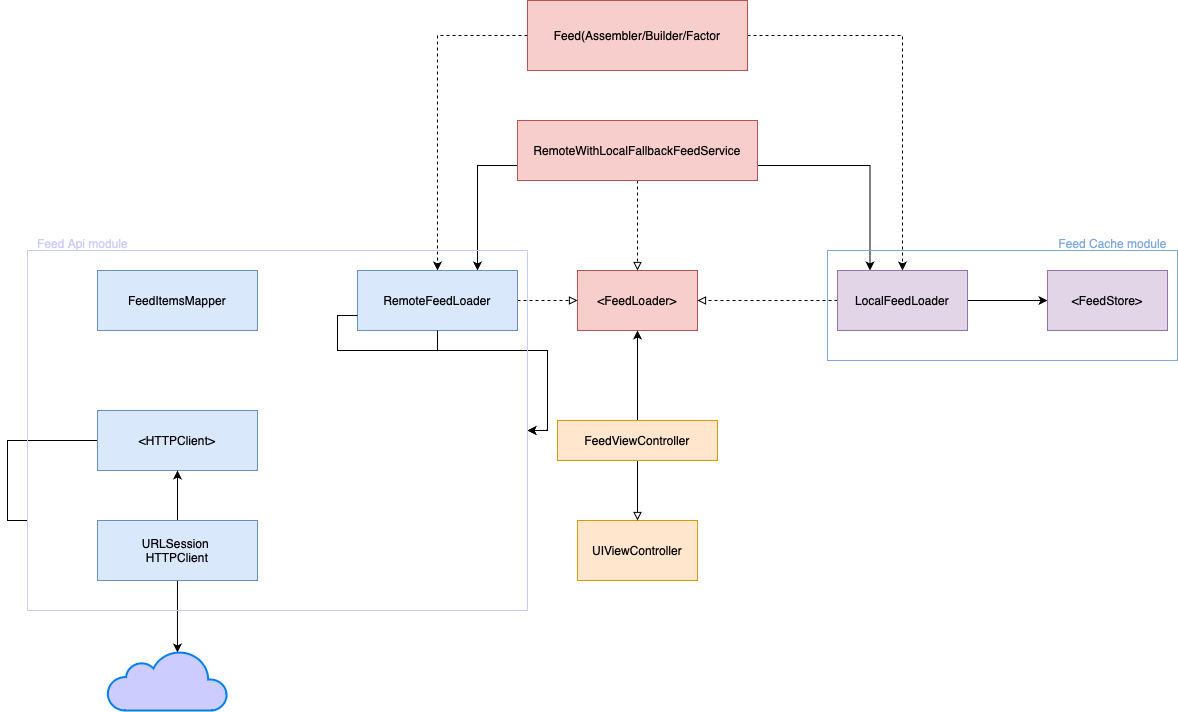
Galih94/EssentialFeed keeps this draw.io diagram as Diagrams/Feed Module Diagram.drawio.png. Above is the earlier version. Source tidied: cells renumbered, new cells last; positions are measured from the earlier drawing's top-left corner, leaving out a move shared by most shapes. The source it was exported from:
```xml
<mxGraphModel>
  <root>
    <mxCell id="0" />
    <mxCell id="1" parent="0" />
    <mxCell id="2" value="&amp;lt;FeedLoader&amp;gt;" style="rounded=0;whiteSpace=wrap;html=1;fillColor=#f8cecc;strokeColor=#b85450;" parent="1" vertex="1">
      <mxGeometry x="550" y="270" width="120" height="60" as="geometry" />
    </mxCell>
    <mxCell id="3" style="edgeStyle=orthogonalEdgeStyle;rounded=0;jettySize=auto;html=1;dashed=1;" parent="1" edge="1" source="5" target="12">
      <mxGeometry relative="1" as="geometry" />
    </mxCell>
    <mxCell id="4" style="edgeStyle=orthogonalEdgeStyle;rounded=0;jettySize=auto;html=1;dashed=1;" parent="1" edge="1" source="5" target="15">
      <mxGeometry relative="1" as="geometry" />
    </mxCell>
    <mxCell id="5" value="Feed(Assembler/Builder/Factor" style="rounded=0;whiteSpace=wrap;html=1;fillColor=#f8cecc;strokeColor=#b85450;" parent="1" vertex="1">
      <mxGeometry x="500" width="220" height="70" as="geometry" />
    </mxCell>
    <mxCell id="6" style="edgeStyle=orthogonalEdgeStyle;rounded=0;jettySize=auto;html=1;entryX=0.75;entryY=0;entryDx=0;entryDy=0;exitX=0;exitY=0.75;exitDx=0;exitDy=0;" parent="1" edge="1" source="9" target="12">
      <mxGeometry relative="1" as="geometry">
        <Array as="points">
          <mxPoint x="450" y="165" />
        </Array>
      </mxGeometry>
    </mxCell>
    <mxCell id="7" style="edgeStyle=orthogonalEdgeStyle;rounded=0;jettySize=auto;html=1;exitX=1;exitY=0.75;exitDx=0;exitDy=0;entryX=0.25;entryY=0;entryDx=0;entryDy=0;" parent="1" edge="1" source="9" target="15">
      <mxGeometry relative="1" as="geometry" />
    </mxCell>
    <mxCell id="8" style="edgeStyle=orthogonalEdgeStyle;rounded=0;jettySize=auto;html=1;dashed=1;endArrow=block;endFill=0;" parent="1" edge="1" source="9" target="2">
      <mxGeometry relative="1" as="geometry" />
    </mxCell>
    <mxCell id="9" value="RemoteWithLocalFallbackFeedService" style="rounded=0;whiteSpace=wrap;html=1;fillColor=#f8cecc;strokeColor=#b85450;" parent="1" vertex="1">
      <mxGeometry x="490" y="120" width="240" height="60" as="geometry" />
    </mxCell>
    <mxCell id="10" style="edgeStyle=orthogonalEdgeStyle;rounded=0;jettySize=auto;html=1;dashed=1;endArrow=block;endFill=0;" parent="1" edge="1" source="12" target="2">
      <mxGeometry relative="1" as="geometry" />
    </mxCell>
    <mxCell id="11" style="edgeStyle=orthogonalEdgeStyle;rounded=0;jettySize=auto;html=1;exitX=0;exitY=0.75;exitDx=0;exitDy=0;entryX=1;entryY=0.5;entryDx=0;entryDy=0;" parent="1" edge="1" source="29" target="20">
      <mxGeometry relative="1" as="geometry" />
    </mxCell>
    <mxCell id="12" value="RemoteFeedLoader" style="rounded=0;whiteSpace=wrap;html=1;fillColor=#dae8fc;strokeColor=#6c8ebf;" parent="1" vertex="1">
      <mxGeometry x="330" y="270" width="160" height="60" as="geometry" />
    </mxCell>
    <mxCell id="13" style="edgeStyle=orthogonalEdgeStyle;rounded=0;jettySize=auto;html=1;entryX=1;entryY=0.5;entryDx=0;entryDy=0;dashed=1;endArrow=block;endFill=0;" parent="1" edge="1" source="15" target="2">
      <mxGeometry relative="1" as="geometry" />
    </mxCell>
    <mxCell id="14" style="edgeStyle=orthogonalEdgeStyle;rounded=0;jettySize=auto;html=1;entryX=0;entryY=0.5;entryDx=0;entryDy=0;" parent="1" edge="1" source="15" target="30">
      <mxGeometry relative="1" as="geometry" />
    </mxCell>
    <mxCell id="15" value="LocalFeedLoader" style="rounded=0;whiteSpace=wrap;html=1;fillColor=#e1d5e7;strokeColor=#9673a6;" parent="1" vertex="1">
      <mxGeometry x="810" y="270" width="130" height="60" as="geometry" />
    </mxCell>
    <mxCell id="16" value="UIViewController" style="rounded=0;whiteSpace=wrap;html=1;fillColor=#ffe6cc;strokeColor=#d79b00;" parent="1" vertex="1">
      <mxGeometry x="550" y="520" width="120" height="60" as="geometry" />
    </mxCell>
    <mxCell id="17" style="edgeStyle=orthogonalEdgeStyle;rounded=0;jettySize=auto;html=1;entryX=0.5;entryY=0;entryDx=0;entryDy=0;endArrow=block;endFill=0;" parent="1" edge="1" source="19" target="16">
      <mxGeometry relative="1" as="geometry" />
    </mxCell>
    <mxCell id="18" style="edgeStyle=orthogonalEdgeStyle;rounded=0;jettySize=auto;html=1;entryX=0.5;entryY=1;entryDx=0;entryDy=0;" parent="1" edge="1" source="19" target="2">
      <mxGeometry relative="1" as="geometry" />
    </mxCell>
    <mxCell id="19" value="FeedViewController" style="rounded=0;whiteSpace=wrap;html=1;fillColor=#ffe6cc;strokeColor=#d79b00;" parent="1" vertex="1">
      <mxGeometry x="530" y="420" width="160" height="40" as="geometry" />
    </mxCell>
    <mxCell id="20" value="&amp;lt;HTTPClient&amp;gt;" style="rounded=0;whiteSpace=wrap;html=1;fillColor=#dae8fc;strokeColor=#6c8ebf;" parent="1" vertex="1">
      <mxGeometry x="70" y="410" width="160" height="60" as="geometry" />
    </mxCell>
    <mxCell id="21" value="FeedItemsMapper" style="rounded=0;whiteSpace=wrap;html=1;fillColor=#dae8fc;strokeColor=#6c8ebf;" parent="1" vertex="1">
      <mxGeometry x="70" y="270" width="160" height="60" as="geometry" />
    </mxCell>
    <mxCell id="22" value="&lt;font color=&quot;#ccccff&quot;&gt;Feed Api module&lt;/font&gt;" style="text;html=1;align=center;verticalAlign=middle;strokeColor=none;fillColor=none;" parent="1" vertex="1">
      <mxGeometry y="228" width="110" height="30" as="geometry" />
    </mxCell>
    <mxCell id="23" style="edgeStyle=orthogonalEdgeStyle;rounded=0;jettySize=auto;html=1;exitX=0.5;exitY=0;exitDx=0;exitDy=0;entryX=0.5;entryY=1;entryDx=0;entryDy=0;" parent="1" edge="1" source="25" target="20">
      <mxGeometry relative="1" as="geometry" />
    </mxCell>
    <mxCell id="24" style="edgeStyle=orthogonalEdgeStyle;rounded=0;jettySize=auto;html=1;entryX=0.583;entryY=0.033;entryDx=0;entryDy=0;entryPerimeter=0;" parent="1" edge="1" source="25" target="26">
      <mxGeometry relative="1" as="geometry" />
    </mxCell>
    <mxCell id="25" value="URLSession&amp;nbsp;&lt;br&gt;HTTPClient" style="rounded=0;whiteSpace=wrap;html=1;fillColor=#dae8fc;strokeColor=#6c8ebf;" parent="1" vertex="1">
      <mxGeometry x="70" y="520" width="160" height="60" as="geometry" />
    </mxCell>
    <mxCell id="26" style="html=1;verticalLabelPosition=bottom;align=center;labelBackgroundColor=#ffffff;verticalAlign=top;strokeWidth=2;strokeColor=#0080F0;shadow=0;dashed=0;shape=mxgraph.ios7.icons.cloud;fillColor=#CCCCFF;" parent="1" vertex="1">
      <mxGeometry x="80" y="650" width="120" height="60" as="geometry" />
    </mxCell>
    <mxCell id="27" style="edgeStyle=orthogonalEdgeStyle;rounded=0;jettySize=auto;html=1;entryX=1;entryY=0.5;entryDx=0;entryDy=0;" parent="1" edge="1" source="12" target="29">
      <mxGeometry relative="1" as="geometry" />
    </mxCell>
    <mxCell id="28" style="edgeStyle=orthogonalEdgeStyle;rounded=0;jettySize=auto;html=1;exitX=0;exitY=0.75;exitDx=0;exitDy=0;entryX=1;entryY=0.5;entryDx=0;entryDy=0;" parent="1" edge="1" source="12" target="29">
      <mxGeometry relative="1" as="geometry" />
    </mxCell>
    <mxCell id="29" style="rounded=0;whiteSpace=wrap;html=1;fillColor=none;strokeColor=#CCCCFF;" parent="1" vertex="1">
      <mxGeometry y="250" width="500" height="360" as="geometry" />
    </mxCell>
    <mxCell id="30" value="&amp;lt;FeedStore&amp;gt;" style="rounded=0;whiteSpace=wrap;html=1;fillColor=#e1d5e7;strokeColor=#9673a6;" parent="1" vertex="1">
      <mxGeometry x="1020" y="270" width="120" height="60" as="geometry" />
    </mxCell>
    <mxCell id="31" style="rounded=0;whiteSpace=wrap;html=1;fillColor=none;strokeColor=#7EA6E0;" parent="1" vertex="1">
      <mxGeometry x="800" y="250" width="350" height="110" as="geometry" />
    </mxCell>
    <mxCell id="32" value="&lt;font&gt;Feed Cache module&lt;/font&gt;" style="text;html=1;align=center;verticalAlign=middle;strokeColor=none;fillColor=none;fontColor=#7EA6E0;" parent="1" vertex="1">
      <mxGeometry x="1020" y="228" width="130" height="30" as="geometry" />
    </mxCell>
  </root>
</mxGraphModel>
```
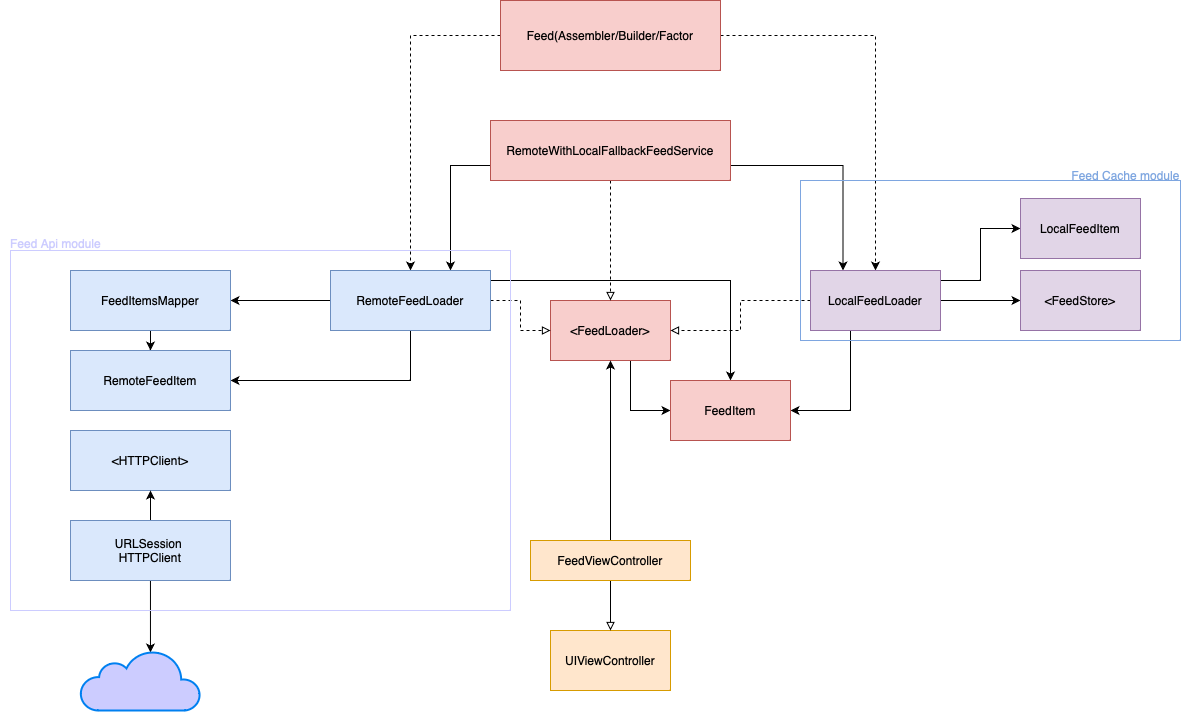
Later version of the same file.

Commit message:
feat(Diagram): update diagrams add RemoteFeedItem for FeedAPIModule and LocalFeedItem for FeedCacheModule as representation of FeedItem

Diff of the diagram source:
```diff
@@ -2,8 +2,15 @@
   <root>
     <mxCell id="0" />
     <mxCell id="1" parent="0" />
+    <mxCell id="33" style="edgeStyle=orthogonalEdgeStyle;rounded=0;jettySize=auto;html=1;entryX=0;entryY=0.5;entryDx=0;entryDy=0;" parent="1" edge="1" source="2" target="41">
+      <mxGeometry relative="1" as="geometry">
+        <Array as="points">
+          <mxPoint x="630" y="410" />
+        </Array>
+      </mxGeometry>
+    </mxCell>
     <mxCell id="2" value="&amp;lt;FeedLoader&amp;gt;" style="rounded=0;whiteSpace=wrap;html=1;fillColor=#f8cecc;strokeColor=#b85450;" parent="1" vertex="1">
-      <mxGeometry x="550" y="270" width="120" height="60" as="geometry" />
+      <mxGeometry x="550" y="300" width="120" height="60" as="geometry" />
     </mxCell>
     <mxCell id="3" style="edgeStyle=orthogonalEdgeStyle;rounded=0;jettySize=auto;html=1;dashed=1;" parent="1" edge="1" source="5" target="12">
       <mxGeometry relative="1" as="geometry" />
@@ -33,9 +40,23 @@
     <mxCell id="10" style="edgeStyle=orthogonalEdgeStyle;rounded=0;jettySize=auto;html=1;dashed=1;endArrow=block;endFill=0;" parent="1" edge="1" source="12" target="2">
       <mxGeometry relative="1" as="geometry" />
     </mxCell>
-    <mxCell id="11" style="edgeStyle=orthogonalEdgeStyle;rounded=0;jettySize=auto;html=1;exitX=0;exitY=0.75;exitDx=0;exitDy=0;entryX=1;entryY=0.5;entryDx=0;entryDy=0;" parent="1" edge="1" source="29" target="20">
-      <mxGeometry relative="1" as="geometry" />
-    </mxCell>
+    <mxCell id="34" style="edgeStyle=orthogonalEdgeStyle;rounded=0;jettySize=auto;html=1;" parent="1" edge="1" source="12" target="21">
+      <mxGeometry relative="1" as="geometry" />
+    </mxCell>
+    <mxCell id="35" style="edgeStyle=orthogonalEdgeStyle;rounded=0;jettySize=auto;html=1;entryX=1;entryY=0.5;entryDx=0;entryDy=0;" parent="1" edge="1" source="12" target="40">
+      <mxGeometry relative="1" as="geometry">
+        <Array as="points">
+          <mxPoint x="410" y="380" />
+        </Array>
+      </mxGeometry>
+    </mxCell>
+    <mxCell id="36" style="edgeStyle=orthogonalEdgeStyle;rounded=0;jettySize=auto;html=1;" parent="1" edge="1" source="12" target="41">
+      <mxGeometry relative="1" as="geometry">
+        <Array as="points">
+          <mxPoint x="730" y="280" />
+        </Array>
+      </mxGeometry>
+    </mxCell>
     <mxCell id="12" value="RemoteFeedLoader" style="rounded=0;whiteSpace=wrap;html=1;fillColor=#dae8fc;strokeColor=#6c8ebf;" parent="1" vertex="1">
       <mxGeometry x="330" y="270" width="160" height="60" as="geometry" />
     </mxCell>
@@ -45,11 +66,26 @@
     <mxCell id="14" style="edgeStyle=orthogonalEdgeStyle;rounded=0;jettySize=auto;html=1;entryX=0;entryY=0.5;entryDx=0;entryDy=0;" parent="1" edge="1" source="15" target="30">
       <mxGeometry relative="1" as="geometry" />
     </mxCell>
+    <mxCell id="37" style="edgeStyle=orthogonalEdgeStyle;rounded=0;jettySize=auto;html=1;entryX=1;entryY=0.5;entryDx=0;entryDy=0;" parent="1" edge="1" source="15" target="41">
+      <mxGeometry relative="1" as="geometry">
+        <Array as="points">
+          <mxPoint x="850" y="410" />
+        </Array>
+      </mxGeometry>
+    </mxCell>
+    <mxCell id="38" style="edgeStyle=orthogonalEdgeStyle;rounded=0;jettySize=auto;html=1;entryX=0;entryY=0.5;entryDx=0;entryDy=0;" parent="1" edge="1" source="15" target="42">
+      <mxGeometry relative="1" as="geometry">
+        <Array as="points">
+          <mxPoint x="980" y="280" />
+          <mxPoint x="980" y="228" />
+        </Array>
+      </mxGeometry>
+    </mxCell>
     <mxCell id="15" value="LocalFeedLoader" style="rounded=0;whiteSpace=wrap;html=1;fillColor=#e1d5e7;strokeColor=#9673a6;" parent="1" vertex="1">
       <mxGeometry x="810" y="270" width="130" height="60" as="geometry" />
     </mxCell>
     <mxCell id="16" value="UIViewController" style="rounded=0;whiteSpace=wrap;html=1;fillColor=#ffe6cc;strokeColor=#d79b00;" parent="1" vertex="1">
-      <mxGeometry x="550" y="520" width="120" height="60" as="geometry" />
+      <mxGeometry x="550" y="630" width="120" height="60" as="geometry" />
     </mxCell>
     <mxCell id="17" style="edgeStyle=orthogonalEdgeStyle;rounded=0;jettySize=auto;html=1;entryX=0.5;entryY=0;entryDx=0;entryDy=0;endArrow=block;endFill=0;" parent="1" edge="1" source="19" target="16">
       <mxGeometry relative="1" as="geometry" />
@@ -58,11 +94,14 @@
       <mxGeometry relative="1" as="geometry" />
     </mxCell>
     <mxCell id="19" value="FeedViewController" style="rounded=0;whiteSpace=wrap;html=1;fillColor=#ffe6cc;strokeColor=#d79b00;" parent="1" vertex="1">
-      <mxGeometry x="530" y="420" width="160" height="40" as="geometry" />
+      <mxGeometry x="530" y="540" width="160" height="40" as="geometry" />
     </mxCell>
     <mxCell id="20" value="&amp;lt;HTTPClient&amp;gt;" style="rounded=0;whiteSpace=wrap;html=1;fillColor=#dae8fc;strokeColor=#6c8ebf;" parent="1" vertex="1">
-      <mxGeometry x="70" y="410" width="160" height="60" as="geometry" />
+      <mxGeometry x="70" y="430" width="160" height="60" as="geometry" />
     </mxCell>
+    <mxCell id="39" style="edgeStyle=orthogonalEdgeStyle;rounded=0;jettySize=auto;html=1;" parent="1" edge="1" source="21" target="40">
+      <mxGeometry relative="1" as="geometry" />
+    </mxCell>
     <mxCell id="21" value="FeedItemsMapper" style="rounded=0;whiteSpace=wrap;html=1;fillColor=#dae8fc;strokeColor=#6c8ebf;" parent="1" vertex="1">
       <mxGeometry x="70" y="270" width="160" height="60" as="geometry" />
     </mxCell>
@@ -81,23 +120,26 @@
     <mxCell id="26" style="html=1;verticalLabelPosition=bottom;align=center;labelBackgroundColor=#ffffff;verticalAlign=top;strokeWidth=2;strokeColor=#0080F0;shadow=0;dashed=0;shape=mxgraph.ios7.icons.cloud;fillColor=#CCCCFF;" parent="1" vertex="1">
       <mxGeometry x="80" y="650" width="120" height="60" as="geometry" />
     </mxCell>
-    <mxCell id="27" style="edgeStyle=orthogonalEdgeStyle;rounded=0;jettySize=auto;html=1;entryX=1;entryY=0.5;entryDx=0;entryDy=0;" parent="1" edge="1" source="12" target="29">
-      <mxGeometry relative="1" as="geometry" />
-    </mxCell>
-    <mxCell id="28" style="edgeStyle=orthogonalEdgeStyle;rounded=0;jettySize=auto;html=1;exitX=0;exitY=0.75;exitDx=0;exitDy=0;entryX=1;entryY=0.5;entryDx=0;entryDy=0;" parent="1" edge="1" source="12" target="29">
-      <mxGeometry relative="1" as="geometry" />
-    </mxCell>
     <mxCell id="29" style="rounded=0;whiteSpace=wrap;html=1;fillColor=none;strokeColor=#CCCCFF;" parent="1" vertex="1">
-      <mxGeometry y="250" width="500" height="360" as="geometry" />
+      <mxGeometry x="10" y="250" width="500" height="360" as="geometry" />
     </mxCell>
     <mxCell id="30" value="&amp;lt;FeedStore&amp;gt;" style="rounded=0;whiteSpace=wrap;html=1;fillColor=#e1d5e7;strokeColor=#9673a6;" parent="1" vertex="1">
       <mxGeometry x="1020" y="270" width="120" height="60" as="geometry" />
     </mxCell>
     <mxCell id="31" style="rounded=0;whiteSpace=wrap;html=1;fillColor=none;strokeColor=#7EA6E0;" parent="1" vertex="1">
-      <mxGeometry x="800" y="250" width="350" height="110" as="geometry" />
+      <mxGeometry x="800" y="180" width="380" height="160" as="geometry" />
     </mxCell>
     <mxCell id="32" value="&lt;font&gt;Feed Cache module&lt;/font&gt;" style="text;html=1;align=center;verticalAlign=middle;strokeColor=none;fillColor=none;fontColor=#7EA6E0;" parent="1" vertex="1">
-      <mxGeometry x="1020" y="228" width="130" height="30" as="geometry" />
+      <mxGeometry x="1060" y="160" width="130" height="30" as="geometry" />
     </mxCell>
+    <mxCell id="40" value="RemoteFeedItem" style="rounded=0;whiteSpace=wrap;html=1;fillColor=#dae8fc;strokeColor=#6c8ebf;" parent="1" vertex="1">
+      <mxGeometry x="70" y="350" width="160" height="60" as="geometry" />
+    </mxCell>
+    <mxCell id="41" value="FeedItem&lt;br&gt;" style="rounded=0;whiteSpace=wrap;html=1;fillColor=#f8cecc;strokeColor=#b85450;" parent="1" vertex="1">
+      <mxGeometry x="670" y="380" width="120" height="60" as="geometry" />
+    </mxCell>
+    <mxCell id="42" value="LocalFeedItem" style="rounded=0;whiteSpace=wrap;html=1;fillColor=#e1d5e7;strokeColor=#9673a6;" parent="1" vertex="1">
+      <mxGeometry x="1020" y="198" width="120" height="60" as="geometry" />
+    </mxCell>
   </root>
 </mxGraphModel>
```
